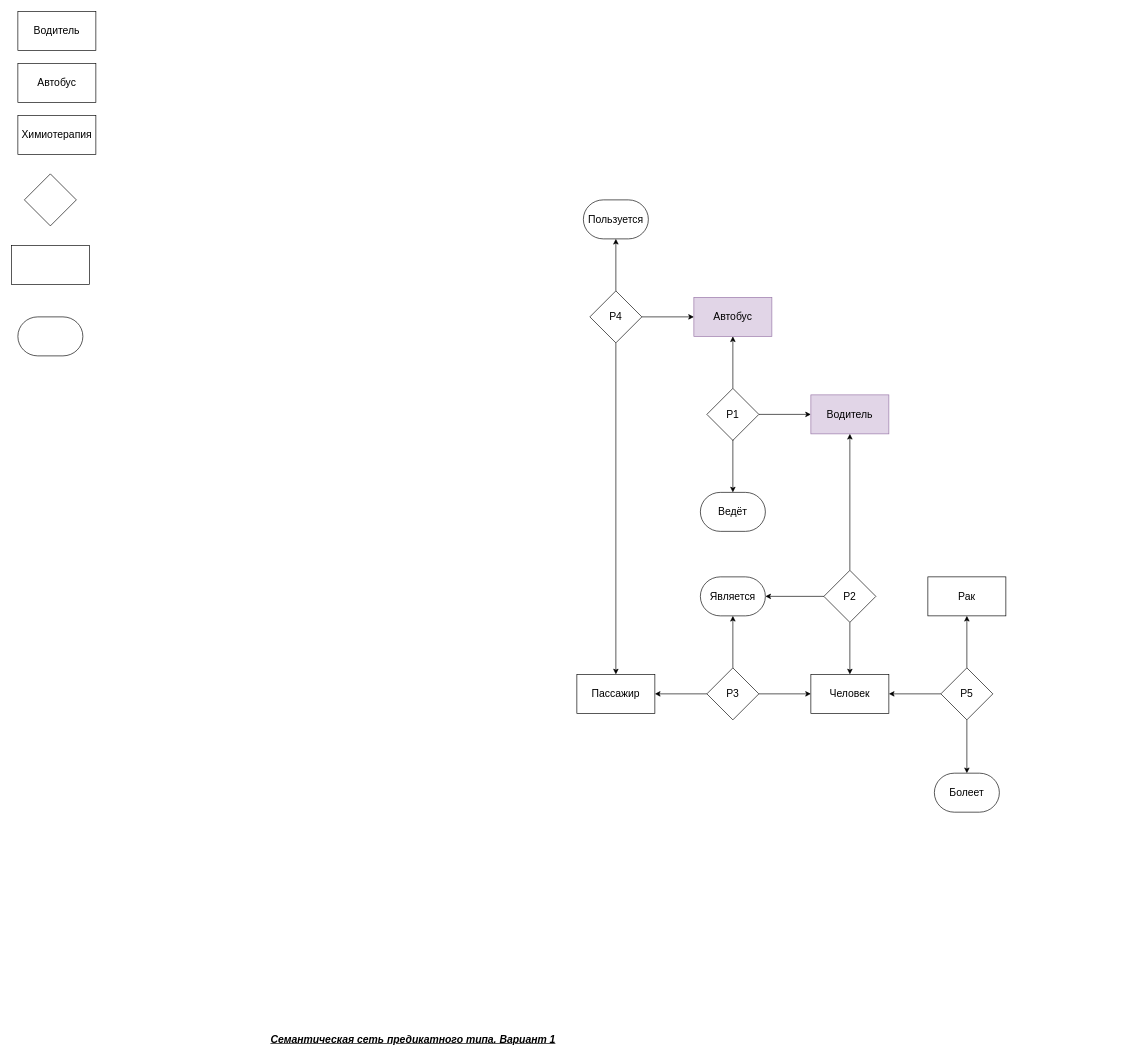
Before: DZ1_2.drawio in DMfananddu/DSM, a draw.io diagram. Source tidied: cells renumbered, new cells numbered last; positions are measured from the earlier drawing's top-left corner, leaving out a move shared by most shapes. Both pictures are drawn from the tidied source at 65%, with x=0, y=0 at pixel (11, 11).
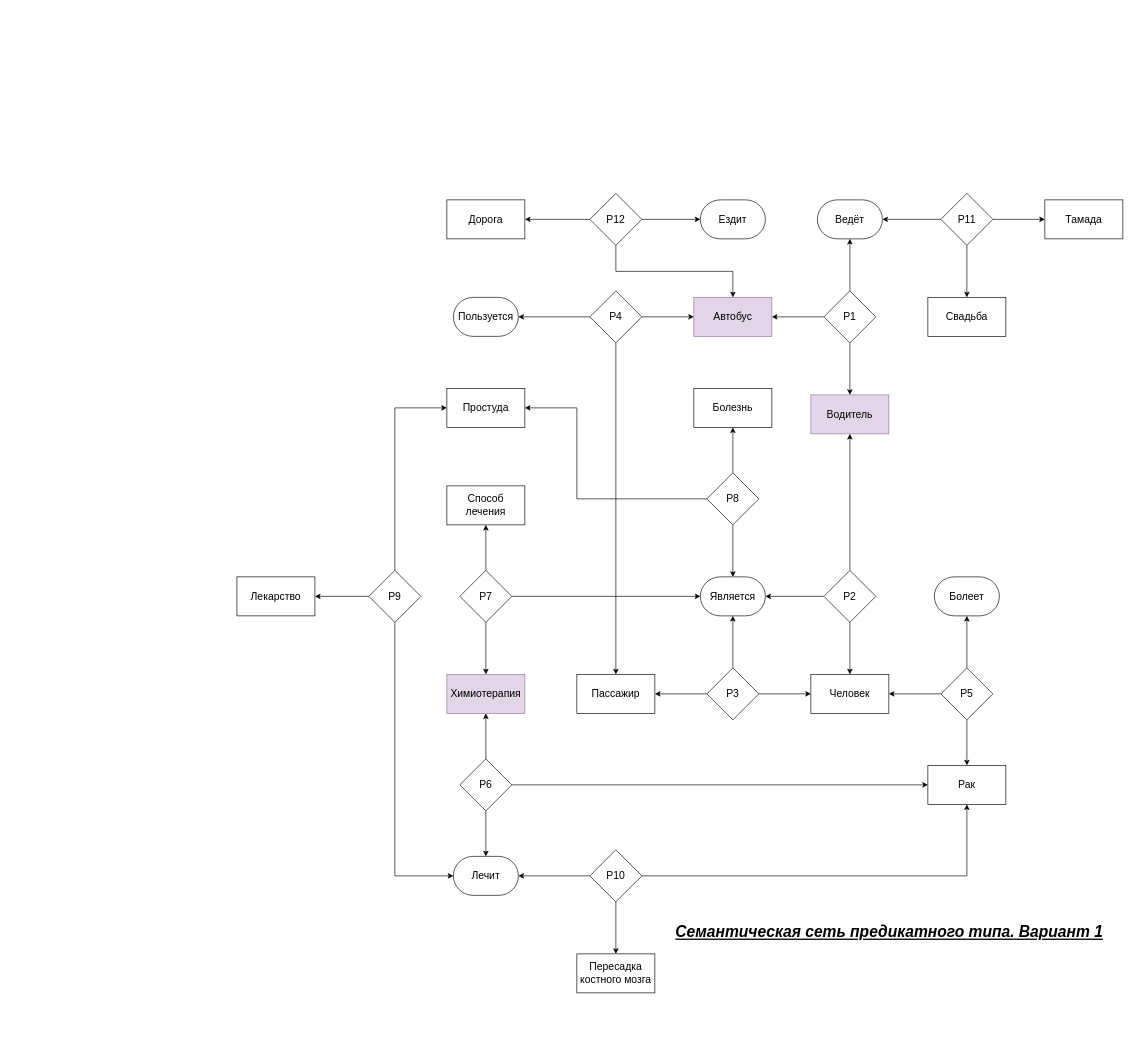
The same diagram, later.

The change refers to these unchanged cells:
```xml
<mxCell id="10" value="Автобус" style="rounded=0;whiteSpace=wrap;html=1;fontSize=16;fillColor=#e1d5e7;strokeColor=#9673a6;" parent="1" vertex="1">
  <mxGeometry x="1050" y="440" width="120" height="60" as="geometry" />
</mxCell>
<mxCell id="15" value="Водитель" style="rounded=0;whiteSpace=wrap;html=1;fontSize=16;fillColor=#e1d5e7;strokeColor=#9673a6;" parent="1" vertex="1">
  <mxGeometry x="1230" y="590" width="120" height="60" as="geometry" />
</mxCell>
<mxCell id="20" value="Является" style="strokeWidth=1;html=1;shape=mxgraph.flowchart.terminator;whiteSpace=wrap;fontSize=16;" parent="1" vertex="1">
  <mxGeometry x="1060" y="870" width="100" height="60" as="geometry" />
</mxCell>
<mxCell id="25" value="Р5" style="rhombus;whiteSpace=wrap;html=1;fontSize=16;" parent="1" vertex="1">
  <mxGeometry x="1430" y="1010" width="80" height="80" as="geometry" />
</mxCell>
<mxCell id="37" value="Р4" style="rhombus;whiteSpace=wrap;html=1;fontSize=16;" parent="1" vertex="1">
  <mxGeometry x="890" y="430" width="80" height="80" as="geometry" />
</mxCell>
```

Change to the diagram source:
```diff
@@
-    <mxCell id="2" value="Водитель" style="rounded=0;whiteSpace=wrap;html=1;fontSize=16;" parent="1" vertex="1">
-      <mxGeometry x="10" width="120" height="60" as="geometry" />
-    </mxCell>
-    <mxCell id="3" value="Автобус" style="rounded=0;whiteSpace=wrap;html=1;fontSize=16;" parent="1" vertex="1">
-      <mxGeometry x="10" y="80" width="120" height="60" as="geometry" />
-    </mxCell>
-    <mxCell id="4" value="Химиотерапия" style="rounded=0;whiteSpace=wrap;html=1;fontSize=16;" parent="1" vertex="1">
-      <mxGeometry x="10" y="160" width="120" height="60" as="geometry" />
-    </mxCell>
-    <mxCell id="5" value="Семантическая сеть предикатного типа. Вариант 1" style="text;html=1;align=left;verticalAlign=top;spacingTop=-4;fontSize=16;fontStyle=7;" parent="1" vertex="1">
-      <mxGeometry x="397" y="1569" width="580" height="30" as="geometry" />
+    <mxCell id="5" value="Семантическая сеть предикатного типа. Вариант 1" style="text;html=1;align=left;verticalAlign=top;spacingTop=-4;fontSize=24;fontStyle=7;" parent="1" vertex="1">
+      <mxGeometry x="1020" y="1400" width="580" height="30" as="geometry" />
     </mxCell>
-    <mxCell id="6" style="edgeStyle=orthogonalEdgeStyle;rounded=0;jettySize=auto;html=1;exitX=0.5;exitY=0;exitDx=0;exitDy=0;entryX=0.5;entryY=1;entryDx=0;entryDy=0;fontSize=16;" parent="1" edge="1" source="9" target="10">
+    <mxCell id="6" style="edgeStyle=orthogonalEdgeStyle;rounded=0;jettySize=auto;html=1;exitX=0;exitY=0.5;exitDx=0;exitDy=0;entryX=1;entryY=0.5;entryDx=0;entryDy=0;fontSize=16;" parent="1" edge="1" source="9" target="10">
       <mxGeometry relative="1" as="geometry" />
     </mxCell>
-    <mxCell id="7" style="edgeStyle=orthogonalEdgeStyle;rounded=0;jettySize=auto;html=1;exitX=1;exitY=0.5;exitDx=0;exitDy=0;entryX=0;entryY=0.5;entryDx=0;entryDy=0;fontSize=16;" parent="1" edge="1" source="9" target="15">
+    <mxCell id="7" style="edgeStyle=orthogonalEdgeStyle;rounded=0;jettySize=auto;html=1;exitX=0.5;exitY=1;exitDx=0;exitDy=0;entryX=0.5;entryY=0;entryDx=0;entryDy=0;fontSize=16;" parent="1" edge="1" source="9" target="15">
       <mxGeometry relative="1" as="geometry" />
     </mxCell>
-    <mxCell id="8" style="edgeStyle=orthogonalEdgeStyle;rounded=0;jettySize=auto;html=1;exitX=0.5;exitY=1;exitDx=0;exitDy=0;entryX=0.5;entryY=0;entryDx=0;entryDy=0;entryPerimeter=0;fontSize=16;" parent="1" edge="1" source="9" target="11">
+    <mxCell id="8" style="edgeStyle=orthogonalEdgeStyle;rounded=0;jettySize=auto;html=1;exitX=0.5;exitY=0;exitDx=0;exitDy=0;entryX=0.5;entryY=1;entryDx=0;entryDy=0;entryPerimeter=0;fontSize=16;" parent="1" edge="1" source="9" target="11">
       <mxGeometry relative="1" as="geometry">
         <Array as="points">
-          <mxPoint x="1110" y="650" />
-          <mxPoint x="1110" y="650" />
+          <mxPoint x="1290" y="370" />
+          <mxPoint x="1290" y="370" />
         </Array>
       </mxGeometry>
     </mxCell>
     <mxCell id="9" value="Р1" style="rhombus;whiteSpace=wrap;html=1;fontSize=16;" parent="1" vertex="1">
-      <mxGeometry x="1070" y="580" width="80" height="80" as="geometry" />
+      <mxGeometry x="1250" y="430" width="80" height="80" as="geometry" />
     </mxCell>
@@
     <mxCell id="11" value="Ведёт" style="strokeWidth=1;html=1;shape=mxgraph.flowchart.terminator;whiteSpace=wrap;fontSize=16;" parent="1" vertex="1">
-      <mxGeometry x="1060" y="740" width="100" height="60" as="geometry" />
+      <mxGeometry x="1240" y="290" width="100" height="60" as="geometry" />
     </mxCell>
-    <mxCell id="12" style="rhombus;whiteSpace=wrap;html=1;fontSize=16;" parent="1" vertex="1">
-      <mxGeometry x="20" y="250" width="80" height="80" as="geometry" />
-    </mxCell>
-    <mxCell id="13" style="rounded=0;whiteSpace=wrap;html=1;fontSize=16;" parent="1" vertex="1">
-      <mxGeometry y="360" width="120" height="60" as="geometry" />
-    </mxCell>
-    <mxCell id="14" style="strokeWidth=1;html=1;shape=mxgraph.flowchart.terminator;whiteSpace=wrap;fontSize=16;" parent="1" vertex="1">
-      <mxGeometry x="10" y="470" width="100" height="60" as="geometry" />
-    </mxCell>
@@
-    <mxCell id="22" style="edgeStyle=orthogonalEdgeStyle;rounded=0;jettySize=auto;html=1;exitX=0.5;exitY=0;exitDx=0;exitDy=0;entryX=0.5;entryY=1;entryDx=0;entryDy=0;" parent="1" edge="1" source="25" target="26">
+    <mxCell id="22" style="edgeStyle=orthogonalEdgeStyle;rounded=0;jettySize=auto;html=1;exitX=0.5;exitY=1;exitDx=0;exitDy=0;entryX=0.5;entryY=0;entryDx=0;entryDy=0;" parent="1" edge="1" source="25" target="26">
       <mxGeometry relative="1" as="geometry" />
     </mxCell>
@@
-    <mxCell id="24" style="edgeStyle=orthogonalEdgeStyle;rounded=0;jettySize=auto;html=1;exitX=0.5;exitY=1;exitDx=0;exitDy=0;entryX=0.5;entryY=0;entryDx=0;entryDy=0;entryPerimeter=0;" parent="1" edge="1" source="25" target="27">
+    <mxCell id="24" style="edgeStyle=orthogonalEdgeStyle;rounded=0;jettySize=auto;html=1;exitX=0.5;exitY=0;exitDx=0;exitDy=0;entryX=0.5;entryY=1;entryDx=0;entryDy=0;entryPerimeter=0;" parent="1" edge="1" source="25" target="27">
       <mxGeometry relative="1" as="geometry" />
     </mxCell>
@@
     <mxCell id="26" value="Рак" style="rounded=0;whiteSpace=wrap;html=1;fontSize=16;" parent="1" vertex="1">
-      <mxGeometry x="1410" y="870" width="120" height="60" as="geometry" />
+      <mxGeometry x="1410" y="1160" width="120" height="60" as="geometry" />
     </mxCell>
     <mxCell id="27" value="Болеет" style="strokeWidth=1;html=1;shape=mxgraph.flowchart.terminator;whiteSpace=wrap;fontSize=16;" parent="1" vertex="1">
-      <mxGeometry x="1420" y="1172" width="100" height="60" as="geometry" />
+      <mxGeometry x="1420" y="870" width="100" height="60" as="geometry" />
     </mxCell>
@@
     <mxCell id="32" value="Пользуется" style="strokeWidth=1;html=1;shape=mxgraph.flowchart.terminator;whiteSpace=wrap;fontSize=16;" parent="1" vertex="1">
-      <mxGeometry x="880" y="290" width="100" height="60" as="geometry" />
+      <mxGeometry x="680" y="440" width="100" height="60" as="geometry" />
     </mxCell>
@@
-    <mxCell id="36" style="edgeStyle=orthogonalEdgeStyle;rounded=0;jettySize=auto;html=1;exitX=0.5;exitY=0;exitDx=0;exitDy=0;entryX=0.5;entryY=1;entryDx=0;entryDy=0;entryPerimeter=0;" parent="1" edge="1" source="37" target="32">
+    <mxCell id="36" style="edgeStyle=orthogonalEdgeStyle;rounded=0;jettySize=auto;html=1;exitX=0;exitY=0.5;exitDx=0;exitDy=0;entryX=1;entryY=0.5;entryDx=0;entryDy=0;entryPerimeter=0;" parent="1" edge="1" source="37" target="32">
       <mxGeometry relative="1" as="geometry" />
     </mxCell>
@@
+    <mxCell id="38" style="edgeStyle=orthogonalEdgeStyle;rounded=0;jettySize=auto;html=1;exitX=0;exitY=0.5;exitDx=0;exitDy=0;entryX=1;entryY=0.5;entryDx=0;entryDy=0;entryPerimeter=0;" parent="1" edge="1" source="41" target="11">
+      <mxGeometry relative="1" as="geometry" />
+    </mxCell>
+    <mxCell id="39" style="edgeStyle=orthogonalEdgeStyle;rounded=0;jettySize=auto;html=1;exitX=1;exitY=0.5;exitDx=0;exitDy=0;entryX=0;entryY=0.5;entryDx=0;entryDy=0;" parent="1" edge="1" source="41" target="74">
+      <mxGeometry relative="1" as="geometry" />
+    </mxCell>
+    <mxCell id="40" style="edgeStyle=orthogonalEdgeStyle;rounded=0;jettySize=auto;html=1;exitX=0.5;exitY=1;exitDx=0;exitDy=0;entryX=0.5;entryY=0;entryDx=0;entryDy=0;" parent="1" edge="1" source="41" target="73">
+      <mxGeometry relative="1" as="geometry" />
+    </mxCell>
+    <mxCell id="41" value="Р11" style="rhombus;whiteSpace=wrap;html=1;fontSize=16;" parent="1" vertex="1">
+      <mxGeometry x="1430" y="280" width="80" height="80" as="geometry" />
+    </mxCell>
+    <mxCell id="42" value="Болезнь" style="rounded=0;whiteSpace=wrap;html=1;fontSize=16;" parent="1" vertex="1">
+      <mxGeometry x="1050" y="580" width="120" height="60" as="geometry" />
+    </mxCell>
+    <mxCell id="43" value="Ездит" style="strokeWidth=1;html=1;shape=mxgraph.flowchart.terminator;whiteSpace=wrap;fontSize=16;" parent="1" vertex="1">
+      <mxGeometry x="1060" y="290" width="100" height="60" as="geometry" />
+    </mxCell>
+    <mxCell id="44" style="edgeStyle=orthogonalEdgeStyle;rounded=0;jettySize=auto;html=1;exitX=1;exitY=0.5;exitDx=0;exitDy=0;entryX=0;entryY=0.5;entryDx=0;entryDy=0;" parent="1" edge="1" source="47" target="26">
+      <mxGeometry relative="1" as="geometry" />
+    </mxCell>
+    <mxCell id="45" style="edgeStyle=orthogonalEdgeStyle;rounded=0;jettySize=auto;html=1;exitX=0.5;exitY=1;exitDx=0;exitDy=0;entryX=0.5;entryY=0;entryDx=0;entryDy=0;entryPerimeter=0;" parent="1" edge="1" source="47" target="48">
+      <mxGeometry relative="1" as="geometry" />
+    </mxCell>
+    <mxCell id="46" style="edgeStyle=orthogonalEdgeStyle;rounded=0;jettySize=auto;html=1;exitX=0.5;exitY=0;exitDx=0;exitDy=0;entryX=0.5;entryY=1;entryDx=0;entryDy=0;" parent="1" edge="1" source="47" target="4">
+      <mxGeometry relative="1" as="geometry">
+        <Array as="points">
+          <mxPoint x="730" y="1150" />
+        </Array>
+      </mxGeometry>
+    </mxCell>
+    <mxCell id="47" value="Р6" style="rhombus;whiteSpace=wrap;html=1;fontSize=16;" parent="1" vertex="1">
+      <mxGeometry x="690" y="1150" width="80" height="80" as="geometry" />
+    </mxCell>
+    <mxCell id="4" value="Химиотерапия" style="rounded=0;whiteSpace=wrap;html=1;fontSize=16;fillColor=#e1d5e7;strokeColor=#9673a6;" parent="1" vertex="1">
+      <mxGeometry x="670" y="1020" width="120" height="60" as="geometry" />
+    </mxCell>
+    <mxCell id="48" value="Лечит" style="strokeWidth=1;html=1;shape=mxgraph.flowchart.terminator;whiteSpace=wrap;fontSize=16;" parent="1" vertex="1">
+      <mxGeometry x="680" y="1300" width="100" height="60" as="geometry" />
+    </mxCell>
+    <mxCell id="49" style="edgeStyle=orthogonalEdgeStyle;rounded=0;jettySize=auto;html=1;exitX=1;exitY=0.5;exitDx=0;exitDy=0;entryX=0;entryY=0.5;entryDx=0;entryDy=0;entryPerimeter=0;" parent="1" edge="1" source="52" target="20">
+      <mxGeometry relative="1" as="geometry" />
+    </mxCell>
+    <mxCell id="50" style="edgeStyle=orthogonalEdgeStyle;rounded=0;jettySize=auto;html=1;exitX=0.5;exitY=1;exitDx=0;exitDy=0;entryX=0.5;entryY=0;entryDx=0;entryDy=0;" parent="1" edge="1" source="52" target="4">
+      <mxGeometry relative="1" as="geometry" />
+    </mxCell>
+    <mxCell id="51" style="edgeStyle=orthogonalEdgeStyle;rounded=0;jettySize=auto;html=1;exitX=0.5;exitY=0;exitDx=0;exitDy=0;entryX=0.5;entryY=1;entryDx=0;entryDy=0;" parent="1" edge="1" source="52" target="53">
+      <mxGeometry relative="1" as="geometry" />
+    </mxCell>
+    <mxCell id="52" value="Р7" style="rhombus;whiteSpace=wrap;html=1;fontSize=16;" parent="1" vertex="1">
+      <mxGeometry x="690" y="860" width="80" height="80" as="geometry" />
+    </mxCell>
+    <mxCell id="53" value="Способ лечения" style="rounded=0;whiteSpace=wrap;html=1;fontSize=16;" parent="1" vertex="1">
+      <mxGeometry x="670" y="730" width="120" height="60" as="geometry" />
+    </mxCell>
+    <mxCell id="54" value="Простуда" style="rounded=0;whiteSpace=wrap;html=1;fontSize=16;" parent="1" vertex="1">
+      <mxGeometry x="670" y="580" width="120" height="60" as="geometry" />
+    </mxCell>
+    <mxCell id="55" style="edgeStyle=orthogonalEdgeStyle;rounded=0;jettySize=auto;html=1;exitX=0.5;exitY=1;exitDx=0;exitDy=0;entryX=0.5;entryY=0;entryDx=0;entryDy=0;entryPerimeter=0;" parent="1" edge="1" source="58" target="20">
+      <mxGeometry relative="1" as="geometry" />
+    </mxCell>
+    <mxCell id="56" style="edgeStyle=orthogonalEdgeStyle;rounded=0;jettySize=auto;html=1;exitX=0.5;exitY=0;exitDx=0;exitDy=0;entryX=0.5;entryY=1;entryDx=0;entryDy=0;" parent="1" edge="1" source="58" target="42">
+      <mxGeometry relative="1" as="geometry" />
+    </mxCell>
+    <mxCell id="57" style="edgeStyle=orthogonalEdgeStyle;rounded=0;jettySize=auto;html=1;exitX=0;exitY=0.5;exitDx=0;exitDy=0;entryX=1;entryY=0.5;entryDx=0;entryDy=0;" parent="1" edge="1" source="58" target="54">
+      <mxGeometry relative="1" as="geometry">
+        <Array as="points">
+          <mxPoint x="870" y="750" />
+          <mxPoint x="870" y="610" />
+        </Array>
+      </mxGeometry>
+    </mxCell>
+    <mxCell id="58" value="Р8" style="rhombus;whiteSpace=wrap;html=1;fontSize=16;" parent="1" vertex="1">
+      <mxGeometry x="1070" y="710" width="80" height="80" as="geometry" />
+    </mxCell>
+    <mxCell id="59" value="Лекарство" style="rounded=0;whiteSpace=wrap;html=1;fontSize=16;" parent="1" vertex="1">
+      <mxGeometry x="347" y="870" width="120" height="60" as="geometry" />
+    </mxCell>
+    <mxCell id="60" style="edgeStyle=orthogonalEdgeStyle;rounded=0;jettySize=auto;html=1;exitX=1;exitY=0.5;exitDx=0;exitDy=0;entryX=0;entryY=0.5;entryDx=0;entryDy=0;entryPerimeter=0;" parent="1" edge="1" source="63" target="43">
+      <mxGeometry relative="1" as="geometry" />
+    </mxCell>
+    <mxCell id="61" style="edgeStyle=orthogonalEdgeStyle;rounded=0;jettySize=auto;html=1;exitX=0.5;exitY=1;exitDx=0;exitDy=0;entryX=0.5;entryY=0;entryDx=0;entryDy=0;" parent="1" edge="1" source="63" target="10">
+      <mxGeometry relative="1" as="geometry" />
+    </mxCell>
+    <mxCell id="62" style="edgeStyle=orthogonalEdgeStyle;rounded=0;jettySize=auto;html=1;exitX=0;exitY=0.5;exitDx=0;exitDy=0;entryX=1;entryY=0.5;entryDx=0;entryDy=0;" parent="1" edge="1" source="63" target="75">
+      <mxGeometry relative="1" as="geometry" />
+    </mxCell>
+    <mxCell id="63" value="Р12" style="rhombus;whiteSpace=wrap;html=1;fontSize=16;" parent="1" vertex="1">
+      <mxGeometry x="890" y="280" width="80" height="80" as="geometry" />
+    </mxCell>
+    <mxCell id="64" style="edgeStyle=orthogonalEdgeStyle;rounded=0;jettySize=auto;html=1;exitX=0.5;exitY=0;exitDx=0;exitDy=0;entryX=0;entryY=0.5;entryDx=0;entryDy=0;" parent="1" edge="1" source="67" target="54">
+      <mxGeometry relative="1" as="geometry" />
+    </mxCell>
+    <mxCell id="65" style="edgeStyle=orthogonalEdgeStyle;rounded=0;jettySize=auto;html=1;exitX=0.5;exitY=1;exitDx=0;exitDy=0;entryX=0;entryY=0.5;entryDx=0;entryDy=0;entryPerimeter=0;" parent="1" edge="1" source="67" target="48">
+      <mxGeometry relative="1" as="geometry" />
+    </mxCell>
+    <mxCell id="66" style="edgeStyle=orthogonalEdgeStyle;rounded=0;jettySize=auto;html=1;exitX=0;exitY=0.5;exitDx=0;exitDy=0;entryX=1;entryY=0.5;entryDx=0;entryDy=0;" parent="1" edge="1" source="67" target="59">
+      <mxGeometry relative="1" as="geometry" />
+    </mxCell>
+    <mxCell id="67" value="Р9" style="rhombus;whiteSpace=wrap;html=1;fontSize=16;" parent="1" vertex="1">
+      <mxGeometry x="550" y="860" width="80" height="80" as="geometry" />
+    </mxCell>
+    <mxCell id="68" style="edgeStyle=orthogonalEdgeStyle;rounded=0;jettySize=auto;html=1;exitX=0;exitY=0.5;exitDx=0;exitDy=0;entryX=1;entryY=0.5;entryDx=0;entryDy=0;entryPerimeter=0;" parent="1" edge="1" source="71" target="48">
+      <mxGeometry relative="1" as="geometry" />
+    </mxCell>
+    <mxCell id="69" style="edgeStyle=orthogonalEdgeStyle;rounded=0;jettySize=auto;html=1;exitX=0.5;exitY=1;exitDx=0;exitDy=0;entryX=0.5;entryY=0;entryDx=0;entryDy=0;" parent="1" edge="1" source="71" target="72">
+      <mxGeometry relative="1" as="geometry" />
+    </mxCell>
+    <mxCell id="70" style="edgeStyle=orthogonalEdgeStyle;rounded=0;jettySize=auto;html=1;exitX=1;exitY=0.5;exitDx=0;exitDy=0;entryX=0.5;entryY=1;entryDx=0;entryDy=0;" parent="1" edge="1" source="71" target="26">
+      <mxGeometry relative="1" as="geometry" />
+    </mxCell>
+    <mxCell id="71" value="Р10" style="rhombus;whiteSpace=wrap;html=1;fontSize=16;" parent="1" vertex="1">
+      <mxGeometry x="890" y="1290" width="80" height="80" as="geometry" />
+    </mxCell>
+    <mxCell id="72" value="Пересадка костного мозга" style="rounded=0;whiteSpace=wrap;html=1;fontSize=16;" parent="1" vertex="1">
+      <mxGeometry x="870" y="1450" width="120" height="60" as="geometry" />
+    </mxCell>
+    <mxCell id="73" value="Свадьба" style="rounded=0;whiteSpace=wrap;html=1;fontSize=16;" parent="1" vertex="1">
+      <mxGeometry x="1410" y="440" width="120" height="60" as="geometry" />
+    </mxCell>
+    <mxCell id="74" value="Тамада" style="rounded=0;whiteSpace=wrap;html=1;fontSize=16;" parent="1" vertex="1">
+      <mxGeometry x="1590" y="290" width="120" height="60" as="geometry" />
+    </mxCell>
+    <mxCell id="75" value="Дорога" style="rounded=0;whiteSpace=wrap;html=1;fontSize=16;" parent="1" vertex="1">
+      <mxGeometry x="670" y="290" width="120" height="60" as="geometry" />
+    </mxCell>
```
